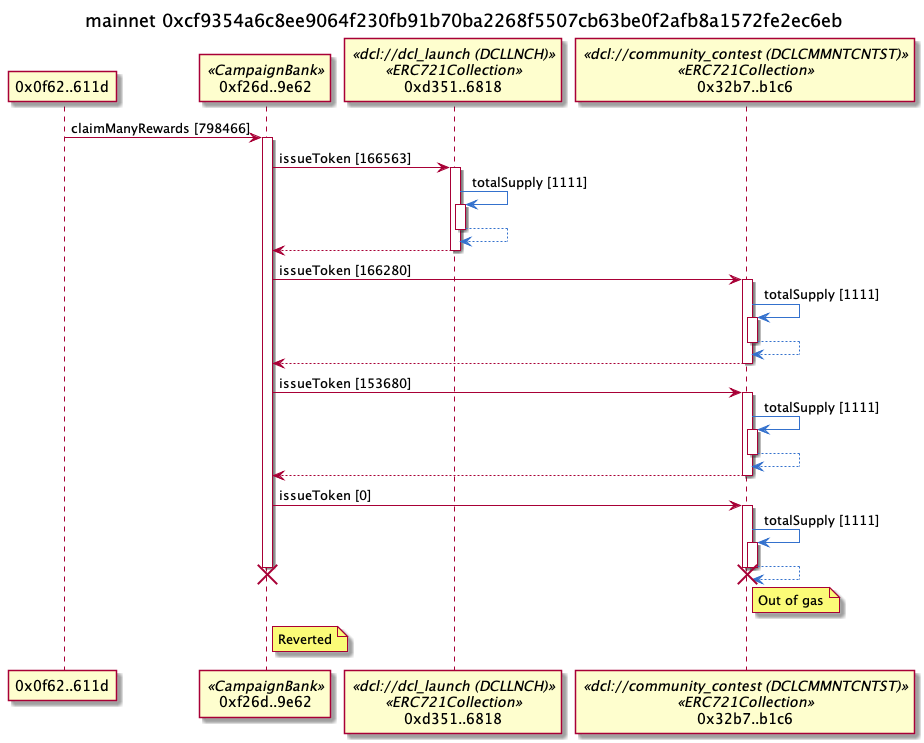
This is examples/failedTx.png from naddison36/tx2uml, a PlantUML export, as it was before one commit.
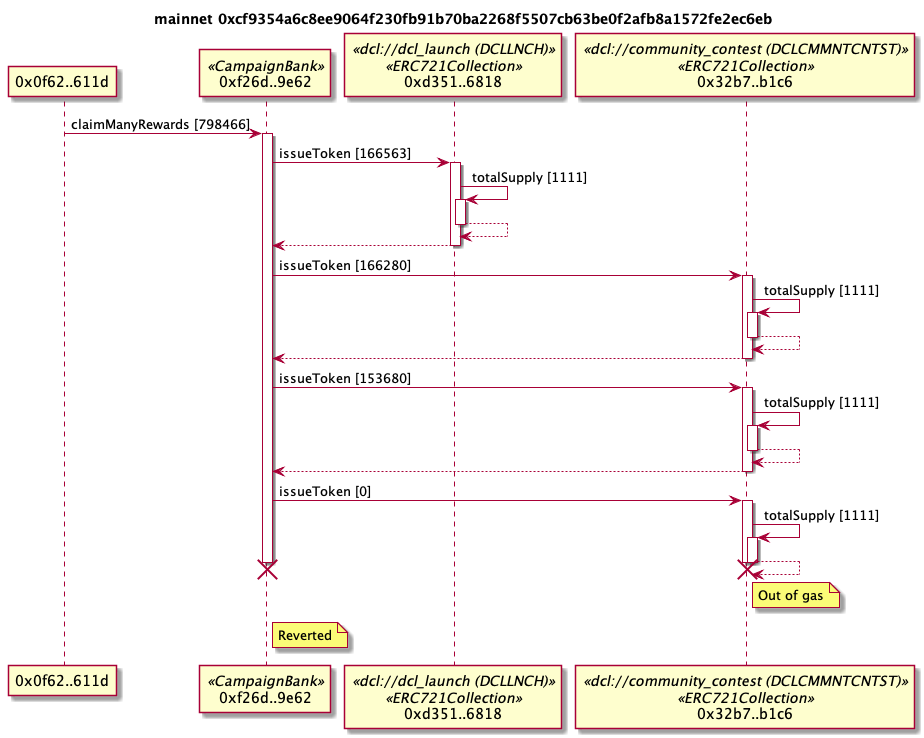
Later version of the same file.

Diff of the diagram source:
```diff
@@ -9,25 +9,25 @@
 activate f26d9e62
 f26d9e62 -> d3516818: issueToken [166563]
 activate d3516818
-d3516818 -[#3471CD]> d3516818: totalSupply [1111]
+d3516818 -> d3516818: totalSupply [1111]
 activate d3516818
 return
 return
 f26d9e62 -> 32b7b1c6: issueToken [166280]
 activate 32b7b1c6
-32b7b1c6 -[#3471CD]> 32b7b1c6: totalSupply [1111]
+32b7b1c6 -> 32b7b1c6: totalSupply [1111]
 activate 32b7b1c6
 return
 return
 f26d9e62 -> 32b7b1c6: issueToken [153680]
 activate 32b7b1c6
-32b7b1c6 -[#3471CD]> 32b7b1c6: totalSupply [1111]
+32b7b1c6 -> 32b7b1c6: totalSupply [1111]
 activate 32b7b1c6
 return
 return
 f26d9e62 -> 32b7b1c6: issueToken [0]
 activate 32b7b1c6
-32b7b1c6 -[#3471CD]> 32b7b1c6: totalSupply [1111]
+32b7b1c6 -> 32b7b1c6: totalSupply [1111]
 activate 32b7b1c6
 return
 destroy 32b7b1c6
```
